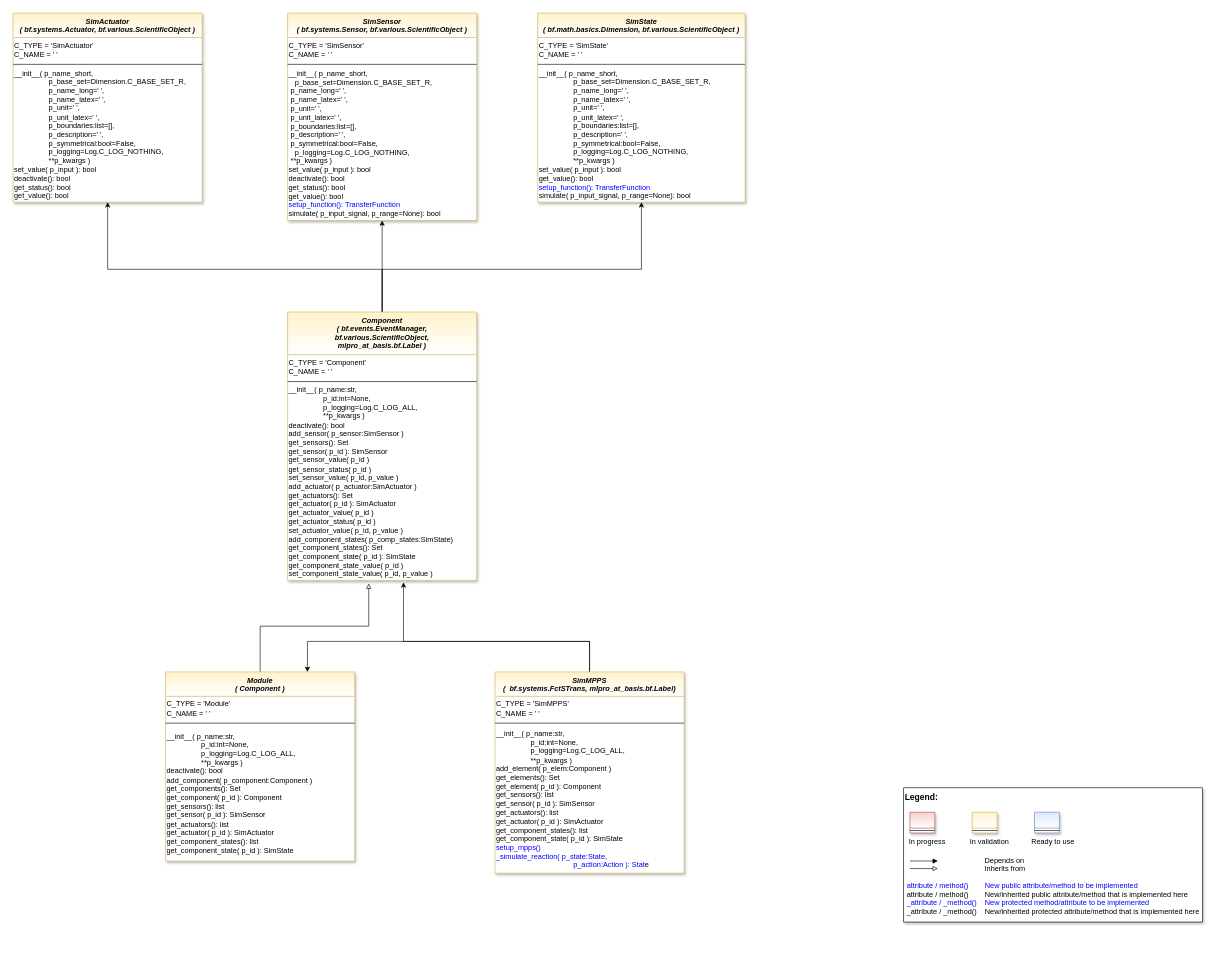
Before: doc/class_diagram/mlpro_sim_mpps.drawio in fhswf/MLPro-MPPS, a draw.io diagram. Source tidied: cells renumbered, new cells numbered last; positions are measured from the earlier drawing's top-left corner, leaving out a move shared by most shapes. Both pictures are drawn from the tidied source at 61%, with x=0, y=0 at pixel (13, 13).
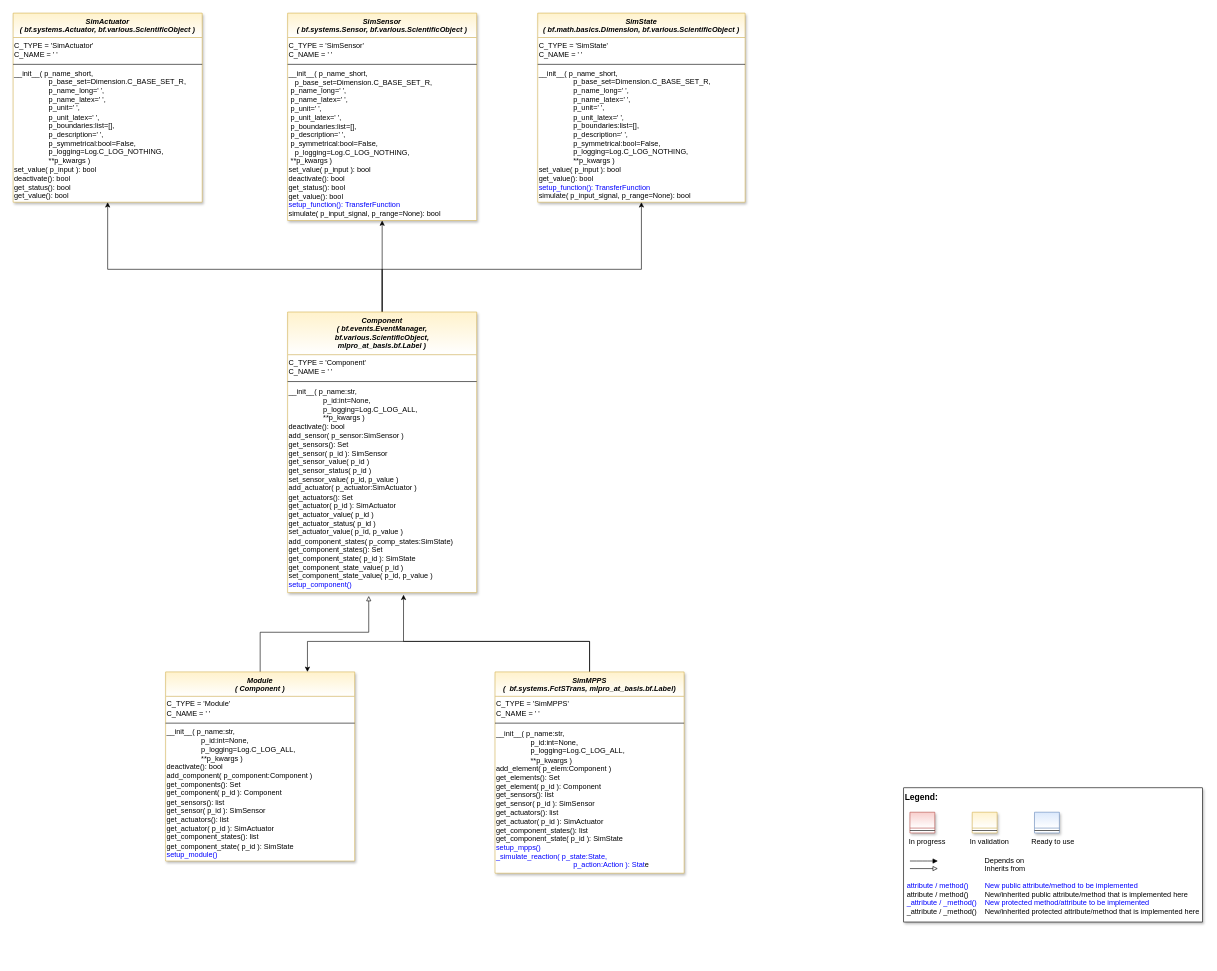
The same diagram, later.

Commit message (it also covers changes not shown here):
update class diagram mpps

Unchanged cells that the change refers to:
```xml
<mxCell id="32" value="Module&#10;( Component )" style="swimlane;fontStyle=3;align=center;verticalAlign=top;horizontal=1;startSize=40;rounded=0;shadow=1;strokeWidth=1;fillColor=#fff2cc;strokeColor=#d6b656;swimlaneFillColor=#ffffff;gradientColor=#FFFFFF;" parent="1" vertex="1">
  <mxGeometry x="250" y="1080" width="310" height="310" as="geometry" />
</mxCell>
```

The edit, as a diff of the source:
```diff
@@
     <mxCell id="27" value="Component&#10;( bf.events.EventManager,&#10;bf.various.ScientificObject,&#10;mlpro_at_basis.bf.Label )" style="swimlane;fontStyle=3;align=center;verticalAlign=top;horizontal=1;startSize=70;rounded=0;shadow=1;strokeWidth=1;fillColor=#fff2cc;strokeColor=#d6b656;swimlaneFillColor=#ffffff;gradientColor=#FFFFFF;" parent="1" vertex="1">
-      <mxGeometry x="450" y="490" width="310" height="440" as="geometry" />
+      <mxGeometry x="450" y="490" width="310" height="460" as="geometry" />
     </mxCell>
@@
-    <mxCell id="30" value="__init__( p_name:str,&lt;br&gt;&lt;span style=&quot;white-space: pre;&quot;&gt;&#9;&lt;/span&gt;&lt;span style=&quot;white-space: pre;&quot;&gt;&#9;&lt;/span&gt;&amp;nbsp;p_id:int=None,&lt;br&gt;&amp;nbsp;&lt;span style=&quot;white-space: pre;&quot;&gt;&#9;&lt;/span&gt;&lt;span style=&quot;white-space: pre;&quot;&gt;&#9;&lt;/span&gt;&amp;nbsp;p_logging=Log.C_LOG_ALL,&lt;br&gt;&lt;span style=&quot;white-space: pre;&quot;&gt;&#9;&lt;/span&gt;&lt;span style=&quot;white-space: pre;&quot;&gt;&#9;&lt;/span&gt;&amp;nbsp;**p_kwargs )&lt;br&gt;deactivate(): bool&lt;br&gt;add_sensor( p_sensor:SimSensor )&lt;br&gt;get_sensors(): Set&lt;br&gt;get_sensor( p_id ): SimSensor&lt;br&gt;get_sensor_value( p_id )&lt;br&gt;get_sensor_status( p_id )&lt;br&gt;set_sensor_value( p_id, p_value )&lt;br&gt;add_actuator( p_actuator:SimActuator )&lt;br&gt;get_actuators(): Set&lt;br&gt;get_actuator( p_id ): SimActuator&lt;br&gt;get_actuator_value( p_id )&lt;br&gt;get_actuator_status( p_id )&lt;br&gt;set_actuator_value( p_id, p_value )&lt;br&gt;add_component_states( p_comp_states:SimState)&lt;br&gt;get_component_states(): Set&lt;br&gt;get_component_state( p_id ): SimState&lt;br&gt;get_component_state_value( p_id )&lt;br&gt;set_component_state_value( p_id, p_value )" style="text;html=1;strokeColor=none;fillColor=none;align=left;verticalAlign=middle;whiteSpace=wrap;rounded=0;" parent="27" vertex="1">
-      <mxGeometry y="118" width="310" height="322" as="geometry" />
+    <mxCell id="30" value="__init__( p_name:str,&lt;br&gt;&lt;span style=&quot;white-space: pre;&quot;&gt;&#9;&lt;/span&gt;&lt;span style=&quot;white-space: pre;&quot;&gt;&#9;&lt;/span&gt;&amp;nbsp;p_id:int=None,&lt;br&gt;&amp;nbsp;&lt;span style=&quot;white-space: pre;&quot;&gt;&#9;&lt;/span&gt;&lt;span style=&quot;white-space: pre;&quot;&gt;&#9;&lt;/span&gt;&amp;nbsp;p_logging=Log.C_LOG_ALL,&lt;br&gt;&lt;span style=&quot;white-space: pre;&quot;&gt;&#9;&lt;/span&gt;&lt;span style=&quot;white-space: pre;&quot;&gt;&#9;&lt;/span&gt;&amp;nbsp;**p_kwargs )&lt;br&gt;deactivate(): bool&lt;br&gt;add_sensor( p_sensor:SimSensor )&lt;br&gt;get_sensors(): Set&lt;br&gt;get_sensor( p_id ): SimSensor&lt;br&gt;get_sensor_value( p_id )&lt;br&gt;get_sensor_status( p_id )&lt;br&gt;set_sensor_value( p_id, p_value )&lt;br&gt;add_actuator( p_actuator:SimActuator )&lt;br&gt;get_actuators(): Set&lt;br&gt;get_actuator( p_id ): SimActuator&lt;br&gt;get_actuator_value( p_id )&lt;br&gt;get_actuator_status( p_id )&lt;br&gt;set_actuator_value( p_id, p_value )&lt;br&gt;add_component_states( p_comp_states:SimState)&lt;br&gt;get_component_states(): Set&lt;br&gt;get_component_state( p_id ): SimState&lt;br&gt;get_component_state_value( p_id )&lt;br&gt;set_component_state_value( p_id, p_value )&lt;br&gt;&lt;font color=&quot;#0000ff&quot;&gt;setup_component()&lt;/font&gt;" style="text;html=1;strokeColor=none;fillColor=none;align=left;verticalAlign=middle;whiteSpace=wrap;rounded=0;" parent="27" vertex="1">
+      <mxGeometry y="118" width="310" height="342" as="geometry" />
     </mxCell>
@@
-    <mxCell id="35" value="__init__( p_name:str,&lt;br&gt;&lt;span style=&quot;white-space: pre;&quot;&gt;&#9;&lt;/span&gt;&lt;span style=&quot;white-space: pre;&quot;&gt;&#9;&lt;/span&gt;&amp;nbsp;p_id:int=None,&lt;br&gt;&amp;nbsp;&lt;span style=&quot;white-space: pre;&quot;&gt;&#9;&lt;/span&gt;&lt;span style=&quot;white-space: pre;&quot;&gt;&#9;&lt;/span&gt;&amp;nbsp;p_logging=Log.C_LOG_ALL,&lt;br&gt;&lt;span style=&quot;white-space: pre;&quot;&gt;&#9;&lt;/span&gt;&lt;span style=&quot;white-space: pre;&quot;&gt;&#9;&lt;/span&gt;&amp;nbsp;**p_kwargs )&lt;br&gt;deactivate(): bool&lt;br&gt;add_component( p_component:Component )&lt;br&gt;get_components(): Set&lt;br&gt;get_component( p_id ): Component&lt;br&gt;get_sensors(): list&lt;br&gt;get_sensor( p_id ): SimSensor&lt;br&gt;get_actuators(): list&lt;br&gt;get_actuator( p_id ): SimActuator&lt;br&gt;get_component_states(): list&lt;br&gt;get_component_state( p_id ): SimState" style="text;html=1;strokeColor=none;fillColor=none;align=left;verticalAlign=middle;whiteSpace=wrap;rounded=0;" parent="32" vertex="1">
+    <mxCell id="35" value="__init__( p_name:str,&lt;br&gt;&lt;span style=&quot;white-space: pre;&quot;&gt;&#9;&lt;/span&gt;&lt;span style=&quot;white-space: pre;&quot;&gt;&#9;&lt;/span&gt;&amp;nbsp;p_id:int=None,&lt;br&gt;&amp;nbsp;&lt;span style=&quot;white-space: pre;&quot;&gt;&#9;&lt;/span&gt;&lt;span style=&quot;white-space: pre;&quot;&gt;&#9;&lt;/span&gt;&amp;nbsp;p_logging=Log.C_LOG_ALL,&lt;br&gt;&lt;span style=&quot;white-space: pre;&quot;&gt;&#9;&lt;/span&gt;&lt;span style=&quot;white-space: pre;&quot;&gt;&#9;&lt;/span&gt;&amp;nbsp;**p_kwargs )&lt;br&gt;deactivate(): bool&lt;br&gt;add_component( p_component:Component )&lt;br&gt;get_components(): Set&lt;br&gt;get_component( p_id ): Component&lt;br&gt;get_sensors(): list&lt;br&gt;get_sensor( p_id ): SimSensor&lt;br&gt;get_actuators(): list&lt;br&gt;get_actuator( p_id ): SimActuator&lt;br&gt;get_component_states(): list&lt;br&gt;get_component_state( p_id ): SimState&lt;br&gt;&lt;font color=&quot;#0000ff&quot;&gt;setup_module()&lt;/font&gt;" style="text;html=1;strokeColor=none;fillColor=none;align=left;verticalAlign=middle;whiteSpace=wrap;rounded=0;" parent="32" vertex="1">
       <mxGeometry y="88" width="310" height="222" as="geometry" />
     </mxCell>
```
